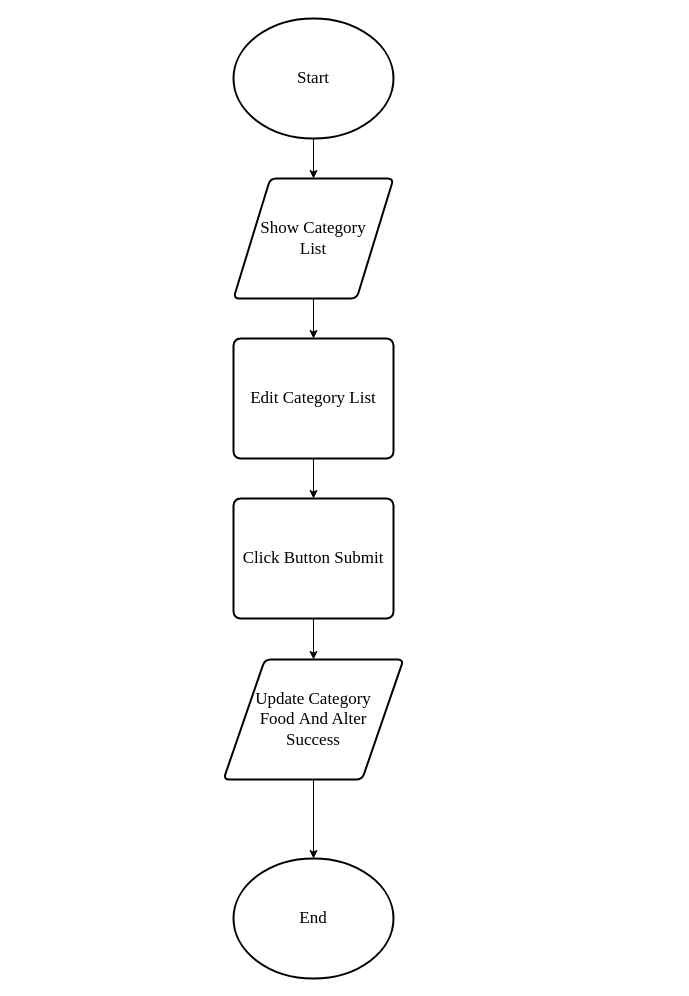
The draw.io diagram page "Edit, Insert Category" (10 of 15) of document/diagram/flowchart.drawio in daomtthuan/do-an, before the edit. Source tidied: cells renumbered, new cells numbered last; positions are measured from the earlier drawing's top-left corner, leaving out a move shared by most shapes. Both pictures are drawn from the tidied source at 100%, with x=0, y=0 at pixel (223, 18).
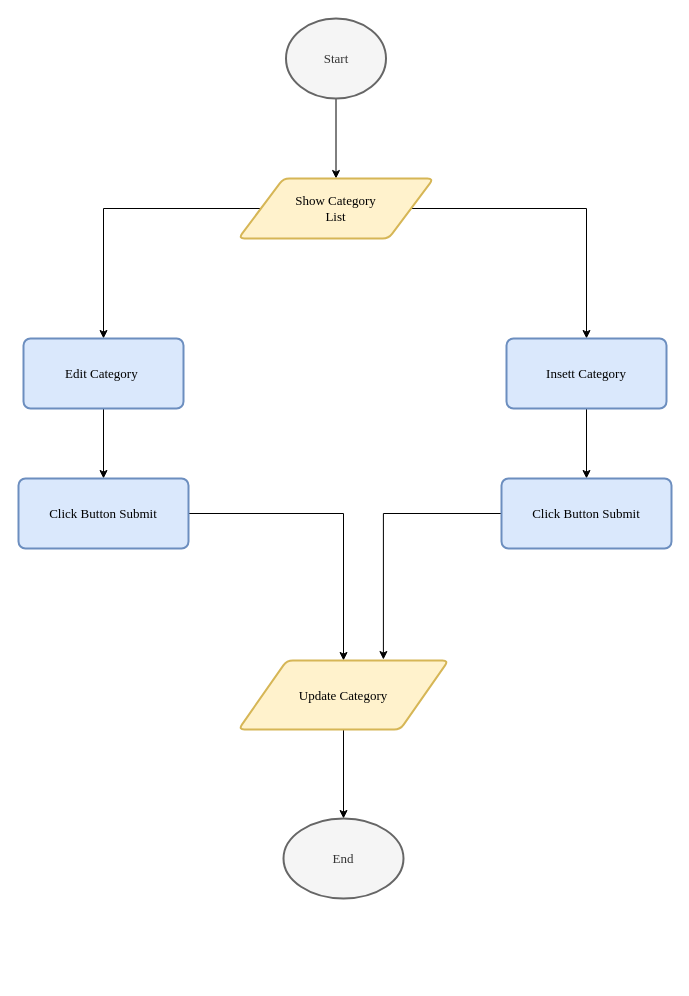
After the change.

What changed in the source:
```diff
@@
-    <mxCell id="2" style="edgeStyle=orthogonalEdgeStyle;rounded=0;jettySize=auto;html=1;" parent="1" edge="1" source="3" target="5">
+    <mxCell id="2" style="edgeStyle=orthogonalEdgeStyle;rounded=0;jettySize=auto;html=1;fontFamily=Times New Roman;fontSize=13;" parent="1" edge="1" source="3" target="5">
       <mxGeometry relative="1" as="geometry" />
     </mxCell>
-    <mxCell id="3" value="&lt;font style=&quot;font-size: 17px&quot; face=&quot;Times New Roman&quot;&gt;Start&lt;/font&gt;" style="strokeWidth=2;html=1;shape=mxgraph.flowchart.start_1;whiteSpace=wrap;" parent="1" vertex="1">
-      <mxGeometry x="10" width="160" height="120" as="geometry" />
+    <mxCell id="3" value="&lt;font style=&quot;font-size: 13px;&quot;&gt;Start&lt;/font&gt;" style="strokeWidth=2;html=1;shape=mxgraph.flowchart.start_1;whiteSpace=wrap;fillColor=#f5f5f5;strokeColor=#666666;fontColor=#333333;fontFamily=Times New Roman;fontSize=13;" parent="1" vertex="1">
+      <mxGeometry x="62.5" width="100" height="80" as="geometry" />
     </mxCell>
-    <mxCell id="4" style="edgeStyle=orthogonalEdgeStyle;rounded=0;jettySize=auto;html=1;" parent="1" edge="1" source="5" target="7">
+    <mxCell id="4" style="edgeStyle=orthogonalEdgeStyle;rounded=0;jettySize=auto;html=1;fontFamily=Times New Roman;fontSize=13;" parent="1" edge="1" source="5" target="7">
       <mxGeometry relative="1" as="geometry" />
     </mxCell>
+    <mxCell id="14" style="edgeStyle=orthogonalEdgeStyle;rounded=0;jettySize=auto;html=1;exitX=1;exitY=0.5;exitDx=0;exitDy=0;entryX=0.5;entryY=0;entryDx=0;entryDy=0;fontFamily=Times New Roman;fontSize=13;" parent="1" edge="1" source="5" target="16">
+      <mxGeometry relative="1" as="geometry" />
+    </mxCell>
-    <mxCell id="5" value="&lt;font style=&quot;font-size: 17px&quot; face=&quot;Times New Roman&quot;&gt;Show Category &lt;br&gt;List&lt;/font&gt;" style="shape=parallelogram;html=1;strokeWidth=2;perimeter=parallelogramPerimeter;whiteSpace=wrap;rounded=1;arcSize=12;size=0.23;" parent="1" vertex="1">
-      <mxGeometry x="10" y="160" width="160" height="120" as="geometry" />
+    <mxCell id="5" value="&lt;font style=&quot;font-size: 13px;&quot;&gt;Show Category &lt;br style=&quot;font-size: 13px;&quot;&gt;List&lt;/font&gt;" style="shape=parallelogram;html=1;strokeWidth=2;perimeter=parallelogramPerimeter;whiteSpace=wrap;rounded=1;arcSize=12;size=0.23;fillColor=#fff2cc;strokeColor=#d6b656;fontFamily=Times New Roman;fontSize=13;" parent="1" vertex="1">
+      <mxGeometry x="15" y="160" width="195" height="60" as="geometry" />
     </mxCell>
-    <mxCell id="6" style="edgeStyle=orthogonalEdgeStyle;rounded=0;jettySize=auto;html=1;" parent="1" edge="1" source="7" target="9">
+    <mxCell id="6" style="edgeStyle=orthogonalEdgeStyle;rounded=0;jettySize=auto;html=1;fontFamily=Times New Roman;fontSize=13;" parent="1" edge="1" source="7" target="9">
       <mxGeometry relative="1" as="geometry" />
     </mxCell>
-    <mxCell id="7" value="&lt;font style=&quot;font-size: 17px&quot; face=&quot;Times New Roman&quot;&gt;Edit Category List&lt;/font&gt;" style="rounded=1;whiteSpace=wrap;html=1;absoluteArcSize=1;arcSize=14;strokeWidth=2;" parent="1" vertex="1">
-      <mxGeometry x="10" y="320" width="160" height="120" as="geometry" />
+    <mxCell id="7" value="&lt;font style=&quot;font-size: 13px&quot;&gt;Edit Category&amp;nbsp;&lt;/font&gt;" style="rounded=1;whiteSpace=wrap;html=1;absoluteArcSize=1;arcSize=14;strokeWidth=2;fillColor=#dae8fc;strokeColor=#6c8ebf;fontFamily=Times New Roman;fontSize=13;" parent="1" vertex="1">
+      <mxGeometry x="-200" y="320" width="160" height="70" as="geometry" />
     </mxCell>
-    <mxCell id="8" style="edgeStyle=orthogonalEdgeStyle;rounded=0;jettySize=auto;html=1;" parent="1" edge="1" source="9" target="11">
+    <mxCell id="8" style="edgeStyle=orthogonalEdgeStyle;rounded=0;jettySize=auto;html=1;fontFamily=Times New Roman;fontSize=13;" parent="1" edge="1" source="9" target="11">
       <mxGeometry relative="1" as="geometry" />
     </mxCell>
-    <mxCell id="9" value="&lt;font face=&quot;Times New Roman&quot; style=&quot;font-size: 17px&quot;&gt;Click Button Submit&lt;/font&gt;" style="rounded=1;whiteSpace=wrap;html=1;absoluteArcSize=1;arcSize=14;strokeWidth=2;" parent="1" vertex="1">
-      <mxGeometry x="10" y="480" width="160" height="120" as="geometry" />
+    <mxCell id="9" value="&lt;font style=&quot;font-size: 13px;&quot;&gt;Click Button Submit&lt;/font&gt;" style="rounded=1;whiteSpace=wrap;html=1;absoluteArcSize=1;arcSize=14;strokeWidth=2;fillColor=#dae8fc;strokeColor=#6c8ebf;fontFamily=Times New Roman;fontSize=13;" parent="1" vertex="1">
+      <mxGeometry x="-205" y="460" width="170" height="70" as="geometry" />
     </mxCell>
-    <mxCell id="10" style="edgeStyle=orthogonalEdgeStyle;rounded=0;jettySize=auto;html=1;fontFamily=Times New Roman;fontSize=17;" parent="1" edge="1" source="11" target="13">
+    <mxCell id="10" style="edgeStyle=orthogonalEdgeStyle;rounded=0;jettySize=auto;html=1;fontFamily=Times New Roman;fontSize=13;" parent="1" edge="1" source="11" target="13">
       <mxGeometry relative="1" as="geometry" />
     </mxCell>
-    <mxCell id="11" value="&lt;font style=&quot;font-size: 17px&quot; face=&quot;Times New Roman&quot;&gt;Update Category &lt;br&gt;Food&amp;nbsp;&lt;/font&gt;&lt;span style=&quot;font-family: &amp;#34;times new roman&amp;#34; ; font-size: 17px&quot;&gt;And Alter &lt;br&gt;Success&lt;/span&gt;" style="shape=parallelogram;html=1;strokeWidth=2;perimeter=parallelogramPerimeter;whiteSpace=wrap;rounded=1;arcSize=12;size=0.23;" parent="1" vertex="1">
-      <mxGeometry y="641" width="180" height="120" as="geometry" />
+    <mxCell id="11" value="&lt;font style=&quot;font-size: 13px;&quot;&gt;Update Category &lt;/font&gt;&lt;span style=&quot;font-size: 13px;&quot;&gt;&lt;br style=&quot;font-size: 13px;&quot;&gt;&lt;/span&gt;" style="shape=parallelogram;html=1;strokeWidth=2;perimeter=parallelogramPerimeter;whiteSpace=wrap;rounded=1;arcSize=12;size=0.23;fillColor=#fff2cc;strokeColor=#d6b656;fontFamily=Times New Roman;fontSize=13;" parent="1" vertex="1">
+      <mxGeometry x="15" y="642" width="210" height="69" as="geometry" />
     </mxCell>
-    <mxCell id="12" value="&amp;nbsp;" style="text;html=1;align=left;verticalAlign=top;spacingTop=-4;" parent="1" vertex="1">
+    <mxCell id="12" value="&amp;nbsp;" style="text;html=1;align=left;verticalAlign=top;spacingTop=-4;fontFamily=Times New Roman;fontSize=13;" parent="1" vertex="1">
       <mxGeometry x="268" y="701" width="20" height="20" as="geometry" />
     </mxCell>
-    <mxCell id="13" value="&lt;font style=&quot;font-size: 17px&quot; face=&quot;Times New Roman&quot;&gt;End&lt;/font&gt;" style="strokeWidth=2;html=1;shape=mxgraph.flowchart.start_1;whiteSpace=wrap;" parent="1" vertex="1">
-      <mxGeometry x="10" y="840" width="160" height="120" as="geometry" />
+    <mxCell id="13" value="&lt;font style=&quot;font-size: 13px;&quot;&gt;End&lt;/font&gt;" style="strokeWidth=2;html=1;shape=mxgraph.flowchart.start_1;whiteSpace=wrap;fillColor=#f5f5f5;strokeColor=#666666;fontColor=#333333;fontFamily=Times New Roman;fontSize=13;" parent="1" vertex="1">
+      <mxGeometry x="60" y="800" width="120" height="80" as="geometry" />
     </mxCell>
+    <mxCell id="15" style="edgeStyle=orthogonalEdgeStyle;rounded=0;jettySize=auto;html=1;fontFamily=Times New Roman;fontSize=13;" parent="1" edge="1" source="16" target="18">
+      <mxGeometry relative="1" as="geometry" />
+    </mxCell>
+    <mxCell id="16" value="&lt;font style=&quot;font-size: 13px;&quot;&gt;Insett Category&lt;/font&gt;" style="rounded=1;whiteSpace=wrap;html=1;absoluteArcSize=1;arcSize=14;strokeWidth=2;fillColor=#dae8fc;strokeColor=#6c8ebf;fontFamily=Times New Roman;fontSize=13;" parent="1" vertex="1">
+      <mxGeometry x="283" y="320" width="160" height="70" as="geometry" />
+    </mxCell>
+    <mxCell id="17" style="edgeStyle=orthogonalEdgeStyle;rounded=0;jettySize=auto;html=1;fontFamily=Times New Roman;fontSize=13;entryX=0.69;entryY=-0.014;entryDx=0;entryDy=0;entryPerimeter=0;" parent="1" edge="1" source="18" target="11">
+      <mxGeometry relative="1" as="geometry" />
+    </mxCell>
+    <mxCell id="18" value="&lt;font style=&quot;font-size: 13px;&quot;&gt;Click Button Submit&lt;/font&gt;" style="rounded=1;whiteSpace=wrap;html=1;absoluteArcSize=1;arcSize=14;strokeWidth=2;fillColor=#dae8fc;strokeColor=#6c8ebf;fontFamily=Times New Roman;fontSize=13;" parent="1" vertex="1">
+      <mxGeometry x="278" y="460" width="170" height="70" as="geometry" />
+    </mxCell>
+    <mxCell id="19" value="&amp;nbsp;" style="text;html=1;align=left;verticalAlign=top;spacingTop=-4;fontSize=13;fontFamily=Times New Roman;" parent="1" vertex="1">
+      <mxGeometry x="299" y="654" width="20" height="20" as="geometry" />
+    </mxCell>
+    <mxCell id="20" value="&amp;nbsp;" style="text;html=1;align=left;verticalAlign=top;spacingTop=-4;fontSize=13;fontFamily=Times New Roman;" parent="1" vertex="1">
+      <mxGeometry x="198" y="356" width="20" height="20" as="geometry" />
+    </mxCell>
```
